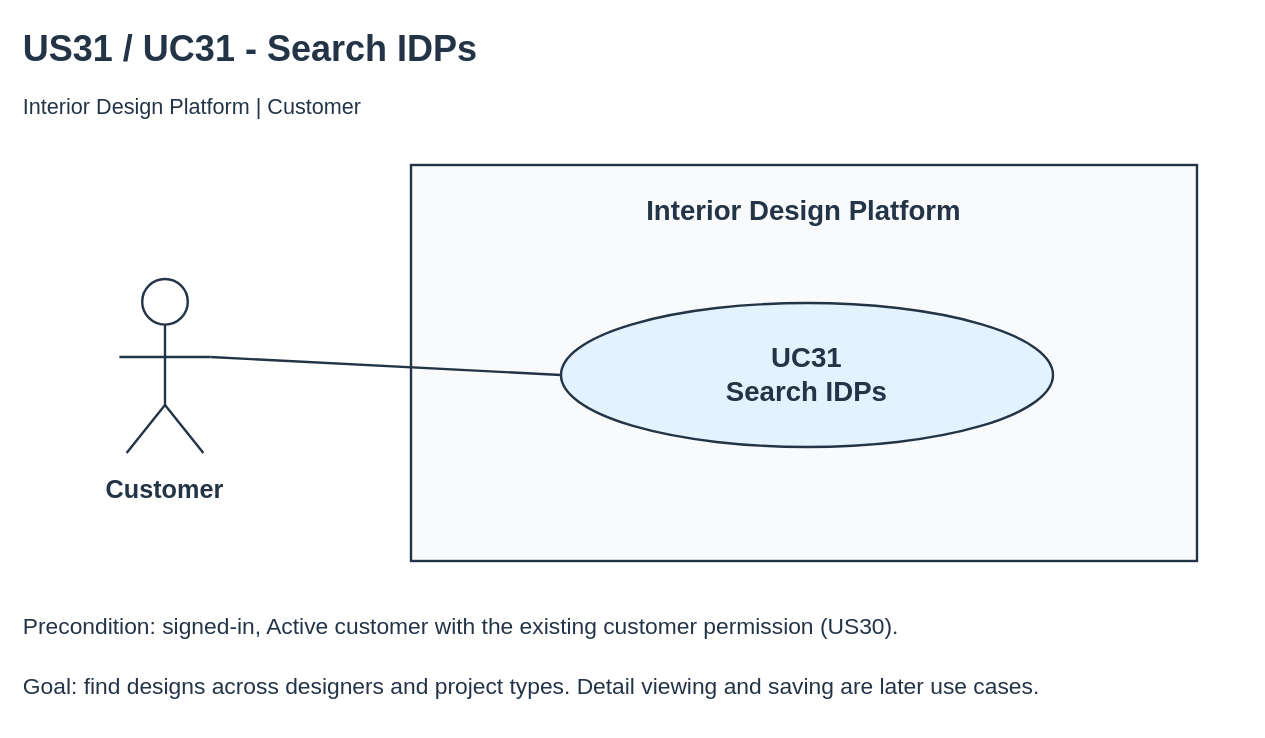
The draw.io diagram page "2 Use Case Diagram" (1 of 7) of Sprint_3/US31 - Search IDPs/US31 Search IDPs.drawio in Hanzxc/CSIT314-ARCHSS, before the edit. Source tidied: cells renumbered, new cells numbered last; positions are measured from the earlier drawing's top-left corner, leaving out a move shared by most shapes. Both pictures are drawn from the tidied source at 120%, with x=0, y=0 at pixel (20, 20).
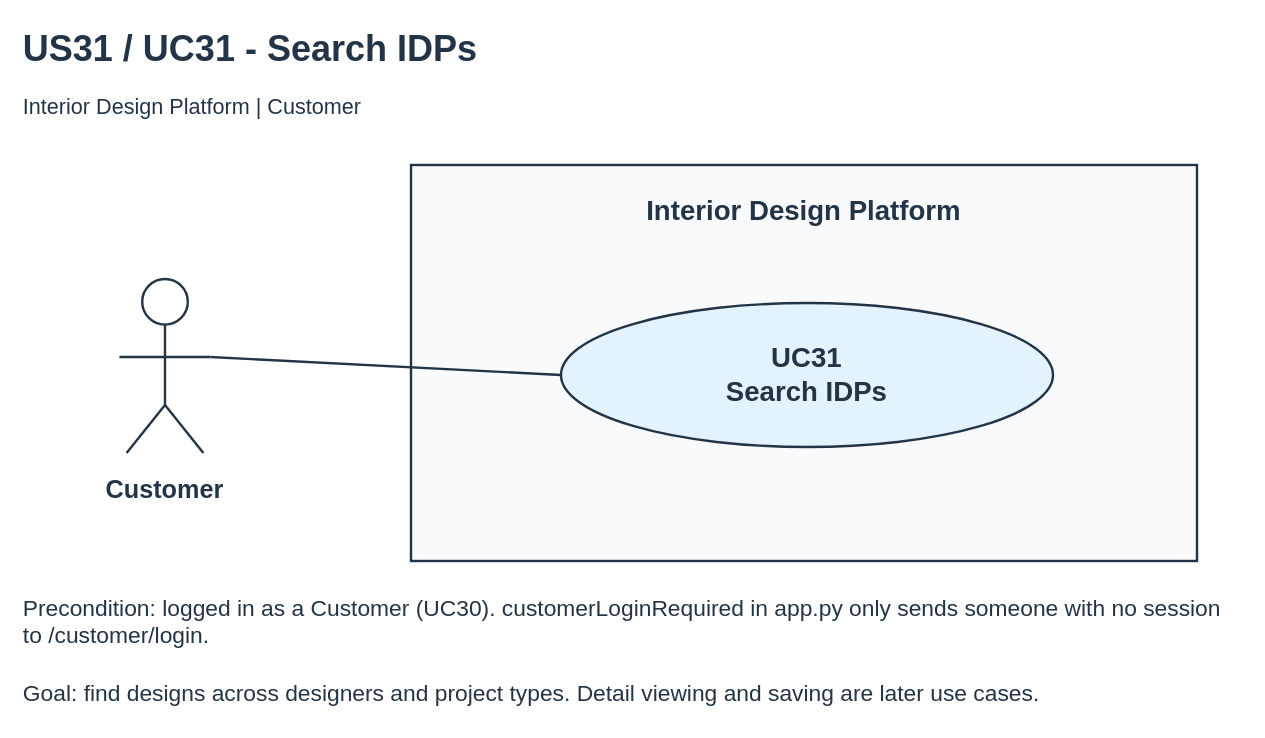
The same diagram, later.

Change to the diagram source:
```diff
@@
-    <mxCell id="15" value="Precondition: signed-in, Active customer with the existing customer permission (US30)." style="text;html=0;align=left;verticalAlign=middle;whiteSpace=wrap;fontSize=19;fontStyle=0;fontColor=#243447;" parent="1" vertex="1">
-      <mxGeometry y="485" width="1020" height="40" as="geometry" />
+    <mxCell id="15" value="Precondition: logged in as a Customer (UC30). customerLoginRequired in app.py only sends someone with no session to /customer/login." style="text;html=0;align=left;verticalAlign=middle;whiteSpace=wrap;fontSize=19;fontStyle=0;fontColor=#243447;" parent="1" vertex="1">
+      <mxGeometry y="471" width="1020" height="60" as="geometry" />
     </mxCell>
     <mxCell id="16" value="Goal: find designs across designers and project types. Detail viewing and saving are later use cases." style="text;html=0;align=left;verticalAlign=middle;whiteSpace=wrap;fontSize=19;fontStyle=0;fontColor=#243447;" parent="1" vertex="1">
-      <mxGeometry y="535" width="1020" height="40" as="geometry" />
+      <mxGeometry y="541" width="1020" height="40" as="geometry" />
     </mxCell>
```
